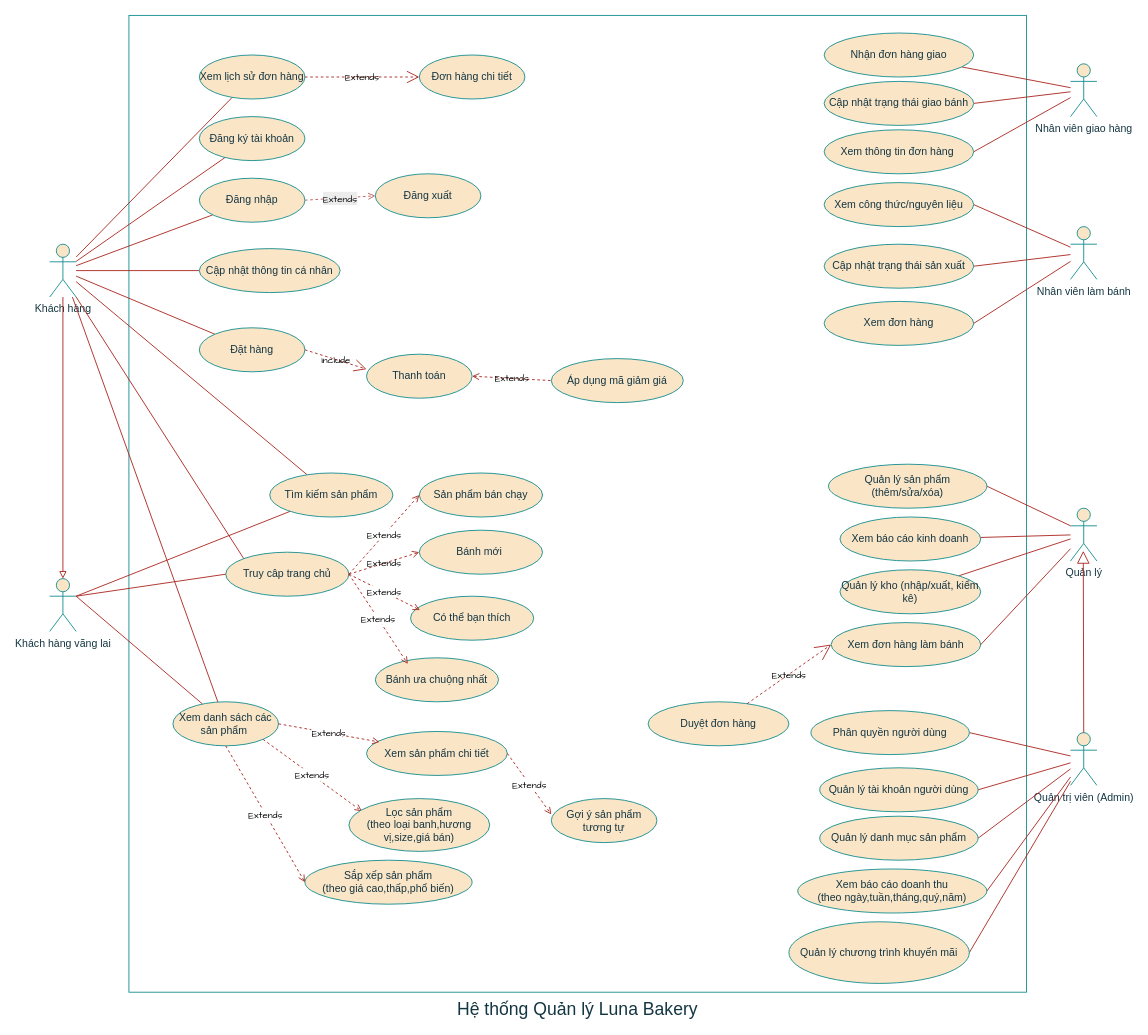
This is Sơ đồ/UseCaseBakeryLuna.diagram.drawio from Thong5279/LunaBakeryDeploy, a draw.io file, before an edit. Source tidied: cells renumbered, new cells numbered last; positions are measured from the earlier drawing's top-left corner, leaving out a move shared by most shapes. Both pictures are drawn from the tidied source at 88%, with x=0, y=0 at pixel (49, 15).
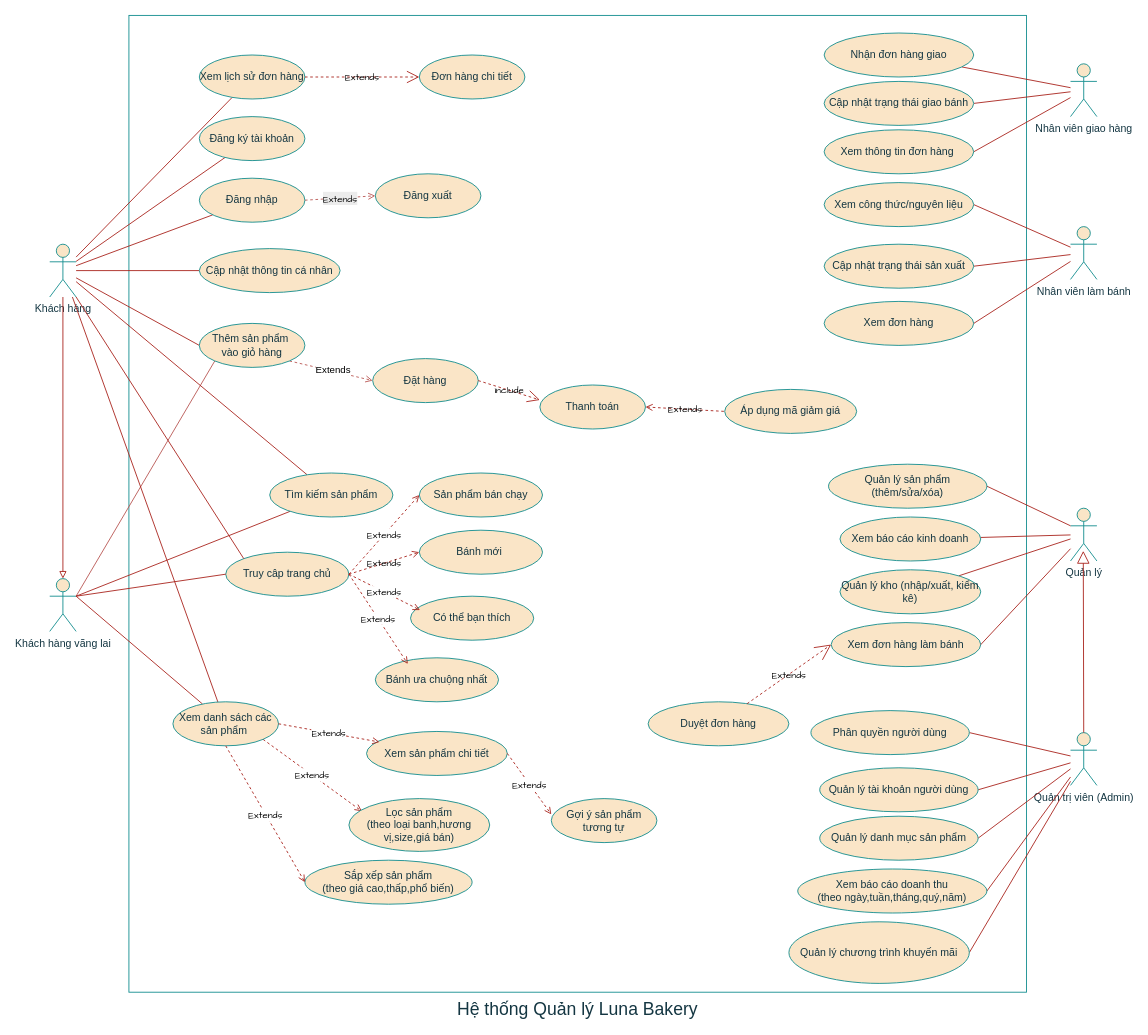
The same diagram, later.

Commit message:
sửa usecase

The change refers to these unchanged cells:
```xml
<mxCell id="3" value="Khách hàng" style="shape=umlActor;verticalLabelPosition=bottom;verticalAlign=top;html=1;labelBackgroundColor=none;fillColor=#FAE5C7;strokeColor=#0F8B8D;fontColor=#143642;" parent="1" vertex="1">
  <mxGeometry y="260" width="30" height="60" as="geometry" />
</mxCell>
<mxCell id="4" value="Khách hàng vãng lai" style="shape=umlActor;verticalLabelPosition=bottom;verticalAlign=top;html=1;labelBackgroundColor=none;fillColor=#FAE5C7;strokeColor=#0F8B8D;fontColor=#143642;" parent="1" vertex="1">
  <mxGeometry y="640" width="30" height="60" as="geometry" />
</mxCell>
```

Change to the diagram source:
```diff
@@
+    <mxCell id="86" style="rounded=0;jettySize=auto;html=1;exitX=1;exitY=0.3333333333333333;exitDx=0;exitDy=0;exitPerimeter=0;entryX=0;entryY=1;entryDx=0;entryDy=0;fillColor=#f8cecc;strokeColor=#b85450;endArrow=none;startFill=0;" parent="1" edge="1" source="4" target="88">
+      <mxGeometry relative="1" as="geometry" />
+    </mxCell>
@@
-    <mxCell id="10" style="endArrow=none;html=1;labelBackgroundColor=none;strokeColor=#A8201A;fontColor=default;" parent="1" edge="1" source="3" target="48">
+    <mxCell id="10" style="endArrow=none;html=1;labelBackgroundColor=none;strokeColor=#A8201A;fontColor=default;entryX=0;entryY=0.5;entryDx=0;entryDy=0;" parent="1" edge="1" source="3" target="88">
       <mxGeometry relative="1" as="geometry" />
     </mxCell>
@@
     <mxCell id="33" value="Áp dụng mã giảm giá" style="ellipse;whiteSpace=wrap;html=1;labelBackgroundColor=none;fillColor=#FAE5C7;strokeColor=#0F8B8D;fontColor=#143642;" parent="1" vertex="1">
-      <mxGeometry x="570" y="390" width="150" height="50" as="geometry" />
+      <mxGeometry x="767" y="425" width="150" height="50" as="geometry" />
     </mxCell>
@@
     <mxCell id="48" value="Đặt hàng" style="ellipse;whiteSpace=wrap;html=1;labelBackgroundColor=none;fillColor=#FAE5C7;strokeColor=#0F8B8D;fontColor=#143642;" parent="1" vertex="1">
-      <mxGeometry x="170" y="355" width="120" height="50" as="geometry" />
+      <mxGeometry x="367" y="390" width="120" height="50" as="geometry" />
     </mxCell>
     <mxCell id="49" value="Thanh toán" style="ellipse;whiteSpace=wrap;html=1;labelBackgroundColor=none;fillColor=#FAE5C7;strokeColor=#0F8B8D;fontColor=#143642;" parent="1" vertex="1">
-      <mxGeometry x="360" y="385" width="120" height="50" as="geometry" />
+      <mxGeometry x="557" y="420" width="120" height="50" as="geometry" />
     </mxCell>
@@
+    <mxCell id="87" value="Extends" style="rounded=0;jettySize=auto;html=1;exitX=1;exitY=1;exitDx=0;exitDy=0;entryX=0;entryY=0.5;entryDx=0;entryDy=0;fillColor=#f8cecc;strokeColor=#b85450;endArrow=open;startFill=0;dashed=1;endFill=0;" parent="1" edge="1" source="88" target="48">
+      <mxGeometry x="0.04" y="1" relative="1" as="geometry" />
+    </mxCell>
+    <mxCell id="88" value="Thêm sản phẩm&amp;nbsp;&lt;div&gt;vào giỏ hàng&lt;/div&gt;" style="ellipse;whiteSpace=wrap;html=1;labelBackgroundColor=none;fillColor=#FAE5C7;strokeColor=#0F8B8D;fontColor=#143642;" parent="1" vertex="1">
+      <mxGeometry x="170" y="350" width="120" height="50" as="geometry" />
+    </mxCell>
```
